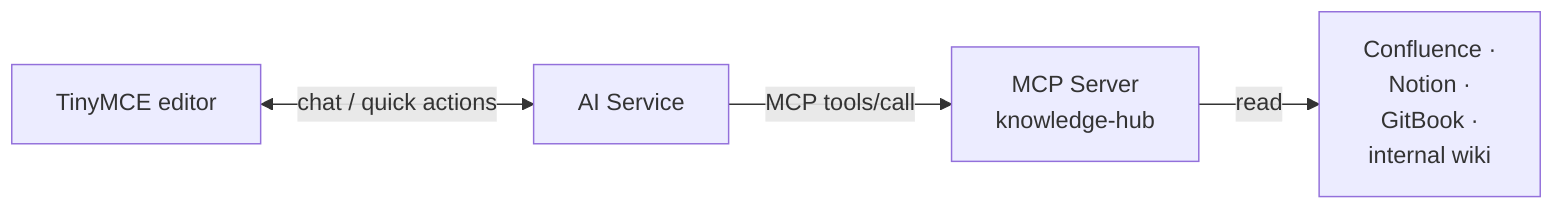
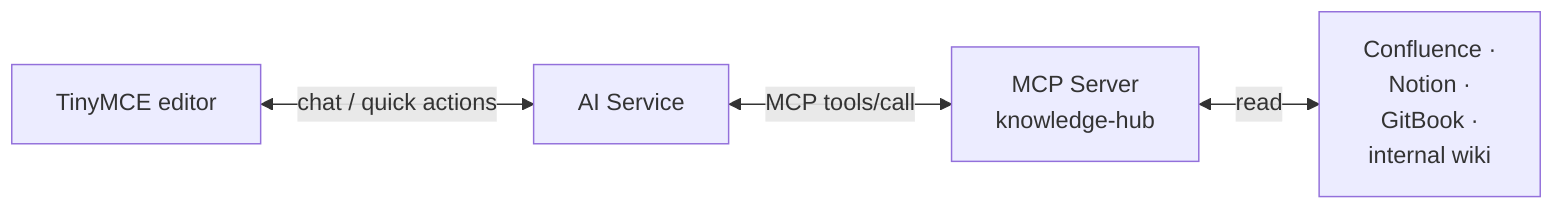
flowchart LR
    Editor[TinyMCE editor] <-->|chat / quick actions| AI[AI Service]
-     AI -->|MCP tools/call| MCP[MCP Server<br>knowledge-hub]
-     MCP -->|read| KB[Confluence ·<br>Notion ·<br>GitBook ·<br>internal wiki]
+     AI <-->|MCP tools/call| MCP[MCP Server<br>knowledge-hub]
+     MCP <-->|read| KB[Confluence ·<br>Notion ·<br>GitBook ·<br>internal wiki]
